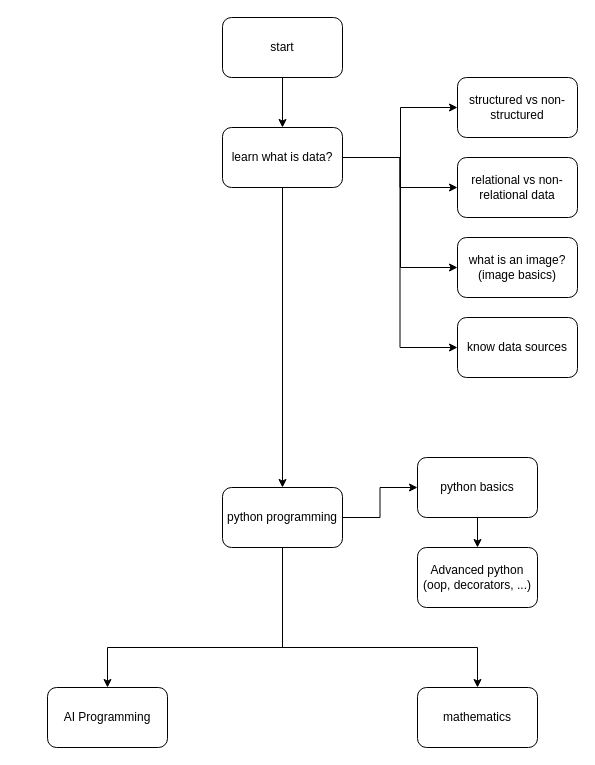
The draw.io diagram roadmap.drawio in pr1266/AI_RoadMap, before the edit. Source tidied: cells renumbered, new cells numbered last; positions are measured from the earlier drawing's top-left corner, leaving out a move shared by most shapes. Both pictures are drawn from the tidied source at 100%, with x=0, y=0 at pixel (47, 17).
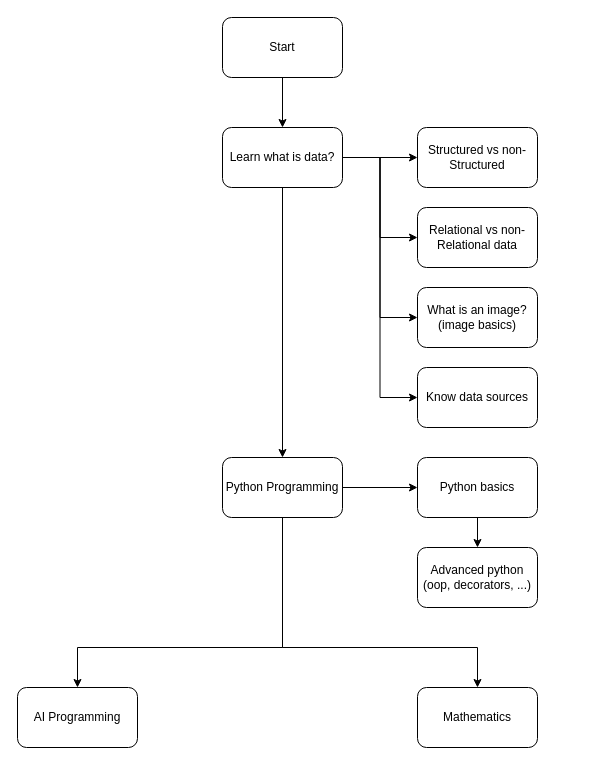
The same page after the edit.

Change to the diagram source:
```diff
@@
-    <mxCell id="3" value="start" style="rounded=1;whiteSpace=wrap;html=1;" parent="1" vertex="1">
+    <mxCell id="3" value="Start" style="rounded=1;whiteSpace=wrap;html=1;" parent="1" vertex="1">
       <mxGeometry x="175" width="120" height="60" as="geometry" />
     </mxCell>
+    <mxCell id="7" style="edgeStyle=orthogonalEdgeStyle;rounded=0;jettySize=auto;html=1;entryX=0.5;entryY=0;entryDx=0;entryDy=0;" parent="1" edge="1" source="9" target="16">
+      <mxGeometry relative="1" as="geometry" />
+    </mxCell>
     <mxCell id="4" style="edgeStyle=orthogonalEdgeStyle;rounded=0;jettySize=auto;html=1;exitX=1;exitY=0.5;exitDx=0;exitDy=0;entryX=0;entryY=0.5;entryDx=0;entryDy=0;" parent="1" edge="1" source="9" target="10">
-      <mxGeometry relative="1" as="geometry">
-        <Array as="points">
-          <mxPoint x="353" y="140" />
-          <mxPoint x="353" y="90" />
-        </Array>
-      </mxGeometry>
+      <mxGeometry relative="1" as="geometry" />
     </mxCell>
+    <mxCell id="6" style="edgeStyle=orthogonalEdgeStyle;rounded=0;jettySize=auto;html=1;exitX=1;exitY=0.5;exitDx=0;exitDy=0;entryX=0;entryY=0.5;entryDx=0;entryDy=0;" parent="1" edge="1" source="9" target="11">
+      <mxGeometry relative="1" as="geometry" />
+    </mxCell>
     <mxCell id="5" style="edgeStyle=orthogonalEdgeStyle;rounded=0;jettySize=auto;html=1;exitX=1;exitY=0.5;exitDx=0;exitDy=0;entryX=0;entryY=0.5;entryDx=0;entryDy=0;" parent="1" edge="1" source="9" target="12">
-      <mxGeometry relative="1" as="geometry">
-        <Array as="points">
-          <mxPoint x="353" y="140" />
-          <mxPoint x="353" y="250" />
-        </Array>
-      </mxGeometry>
+      <mxGeometry relative="1" as="geometry" />
     </mxCell>
-    <mxCell id="6" style="edgeStyle=orthogonalEdgeStyle;rounded=0;jettySize=auto;html=1;exitX=1;exitY=0.5;exitDx=0;exitDy=0;entryX=0;entryY=0.5;entryDx=0;entryDy=0;" parent="1" edge="1" source="9" target="11">
-      <mxGeometry relative="1" as="geometry" />
-    </mxCell>
-    <mxCell id="7" style="edgeStyle=orthogonalEdgeStyle;rounded=0;jettySize=auto;html=1;entryX=0.5;entryY=0;entryDx=0;entryDy=0;" parent="1" edge="1" source="9" target="16">
-      <mxGeometry relative="1" as="geometry" />
-    </mxCell>
@@
-    <mxCell id="9" value="learn what is data?" style="rounded=1;whiteSpace=wrap;html=1;" parent="1" vertex="1">
+    <mxCell id="9" value="Learn what is data?" style="rounded=1;whiteSpace=wrap;html=1;" parent="1" vertex="1">
       <mxGeometry x="175" y="110" width="120" height="60" as="geometry" />
     </mxCell>
-    <mxCell id="10" value="structured vs non-structured" style="rounded=1;whiteSpace=wrap;html=1;" parent="1" vertex="1">
-      <mxGeometry x="410" y="60" width="120" height="60" as="geometry" />
+    <mxCell id="10" value="Structured vs non-Structured" style="rounded=1;whiteSpace=wrap;html=1;" parent="1" vertex="1">
+      <mxGeometry x="370" y="110" width="120" height="60" as="geometry" />
     </mxCell>
-    <mxCell id="11" value="relational vs non-relational data" style="rounded=1;whiteSpace=wrap;html=1;" parent="1" vertex="1">
-      <mxGeometry x="410" y="140" width="120" height="60" as="geometry" />
+    <mxCell id="11" value="Relational vs non-Relational data" style="rounded=1;whiteSpace=wrap;html=1;" parent="1" vertex="1">
+      <mxGeometry x="370" y="190" width="120" height="60" as="geometry" />
     </mxCell>
-    <mxCell id="12" value="what is an image?&lt;br&gt;(image basics)" style="rounded=1;whiteSpace=wrap;html=1;" parent="1" vertex="1">
-      <mxGeometry x="410" y="220" width="120" height="60" as="geometry" />
+    <mxCell id="12" value="What is an image?&lt;br&gt;(image basics)" style="rounded=1;whiteSpace=wrap;html=1;" parent="1" vertex="1">
+      <mxGeometry x="370" y="270" width="120" height="60" as="geometry" />
     </mxCell>
@@
     <mxCell id="15" style="edgeStyle=orthogonalEdgeStyle;rounded=0;jettySize=auto;html=1;exitX=0.5;exitY=1;exitDx=0;exitDy=0;entryX=0.5;entryY=0;entryDx=0;entryDy=0;" parent="1" edge="1" source="16" target="20">
       <mxGeometry relative="1" as="geometry">
         <Array as="points">
           <mxPoint x="235" y="630" />
-          <mxPoint x="60" y="630" />
+          <mxPoint x="30" y="630" />
         </Array>
       </mxGeometry>
     </mxCell>
-    <mxCell id="16" value="python programming" style="rounded=1;whiteSpace=wrap;html=1;" parent="1" vertex="1">
-      <mxGeometry x="175" y="470" width="120" height="60" as="geometry" />
+    <mxCell id="16" value="Python Programming" style="rounded=1;whiteSpace=wrap;html=1;" parent="1" vertex="1">
+      <mxGeometry x="175" y="440" width="120" height="60" as="geometry" />
     </mxCell>
@@
-    <mxCell id="18" value="python basics" style="rounded=1;whiteSpace=wrap;html=1;" parent="1" vertex="1">
+    <mxCell id="18" value="Python basics" style="rounded=1;whiteSpace=wrap;html=1;" parent="1" vertex="1">
       <mxGeometry x="370" y="440" width="120" height="60" as="geometry" />
     </mxCell>
@@
     <mxCell id="20" value="AI Programming" style="rounded=1;whiteSpace=wrap;html=1;" parent="1" vertex="1">
-      <mxGeometry y="670" width="120" height="60" as="geometry" />
+      <mxGeometry x="-30" y="670" width="120" height="60" as="geometry" />
     </mxCell>
-    <mxCell id="21" value="mathematics" style="rounded=1;whiteSpace=wrap;html=1;" parent="1" vertex="1">
+    <mxCell id="21" value="Mathematics" style="rounded=1;whiteSpace=wrap;html=1;" parent="1" vertex="1">
       <mxGeometry x="370" y="670" width="120" height="60" as="geometry" />
     </mxCell>
-    <mxCell id="22" value="know data sources" style="rounded=1;whiteSpace=wrap;html=1;" parent="1" vertex="1">
-      <mxGeometry x="410" y="300" width="120" height="60" as="geometry" />
+    <mxCell id="22" value="Know data sources" style="rounded=1;whiteSpace=wrap;html=1;" parent="1" vertex="1">
+      <mxGeometry x="370" y="350" width="120" height="60" as="geometry" />
     </mxCell>
```
